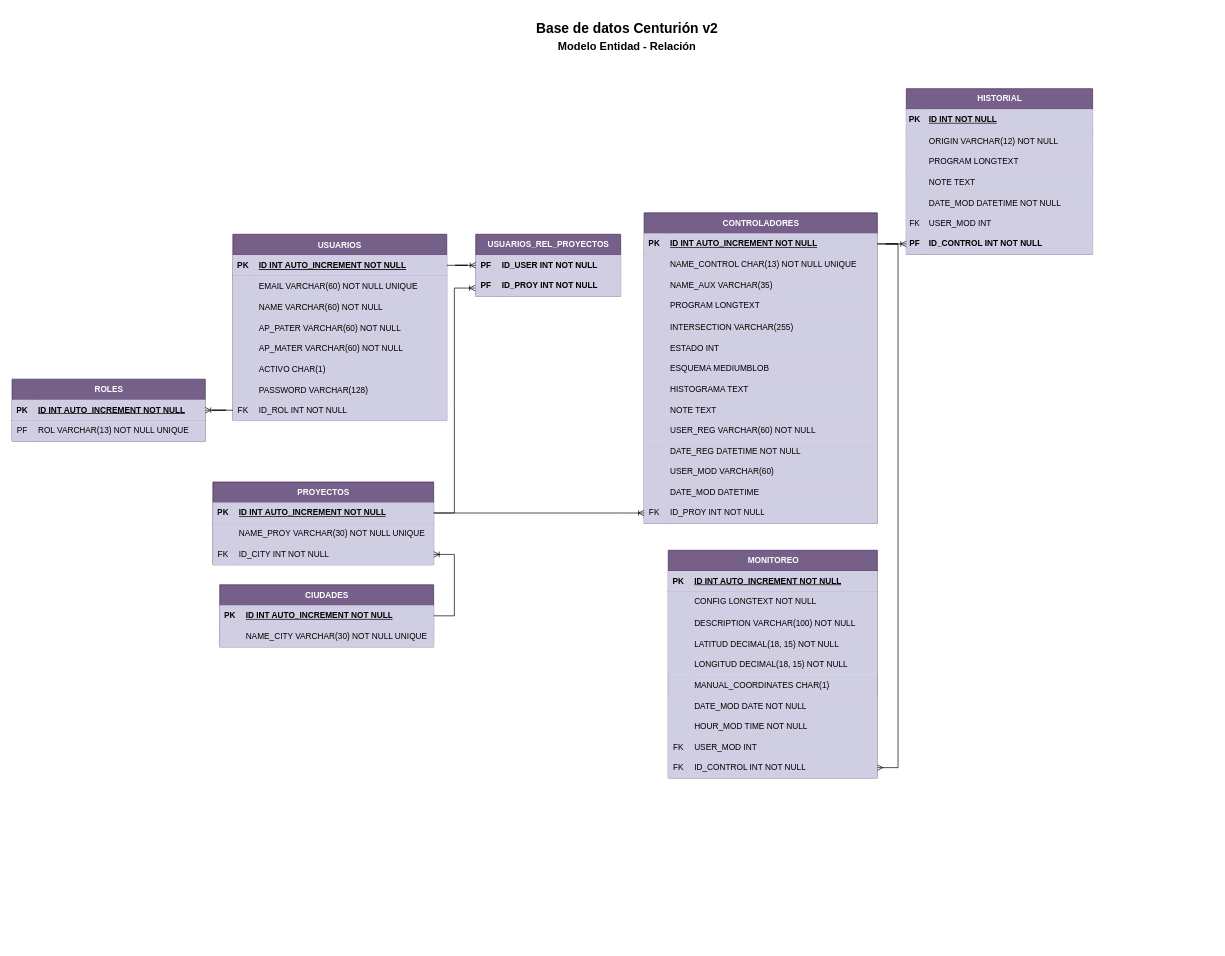
Earlier version of the draw.io diagram page "ERD-CEN-V2" (2 of 3) of BD-CENTURION.drawio (ChirinosM/Prueba). Source tidied: cells renumbered, new cells numbered last; positions are measured from the earlier drawing's top-left corner, leaving out a move shared by most shapes. Both pictures are drawn from the tidied source at 69%, with x=0, y=0 at pixel (12, 12).
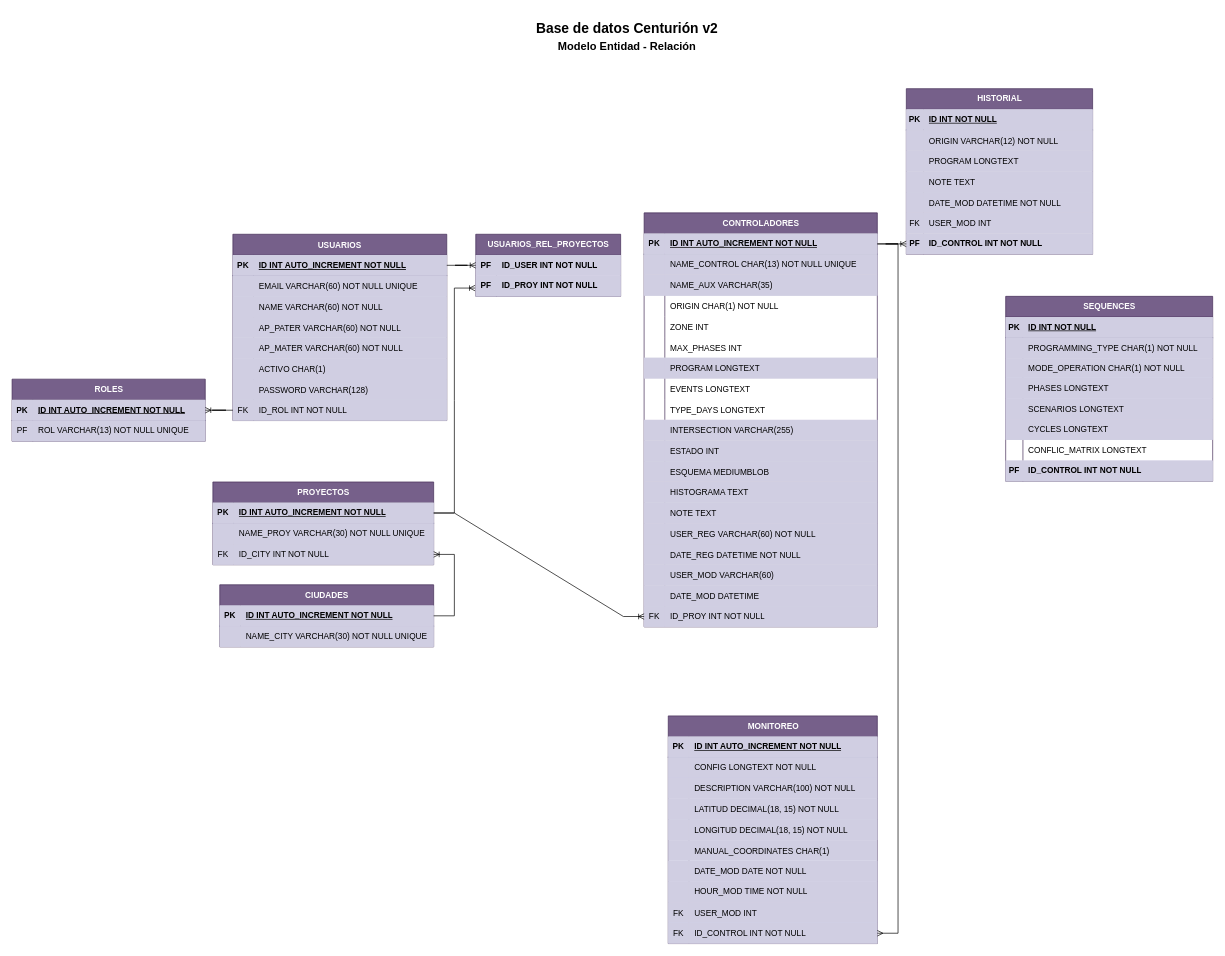
Above is the later version.

Change to the diagram source:
```diff
@@
     <mxCell id="19" value="CONTROLADORES" style="shape=table;startSize=30;childLayout=tableLayout;rowLines=0;fontStyle=1;align=center;html=1;fillColor=#76608a;strokeColor=#432D57;fontColor=#ffffff;rounded=0;" parent="1" vertex="1">
-      <mxGeometry x="916" y="291" width="338" height="450" as="geometry" />
+      <mxGeometry x="916" y="291" width="338" height="600" as="geometry" />
     </mxCell>
@@
+    <mxCell id="162" style="shape=tableRow;horizontal=0;startSize=0;swimlaneHead=0;swimlaneBody=0;fillColor=none;top=0;left=0;right=0;bottom=0;" parent="19" vertex="1">
+      <mxGeometry y="120" width="338" height="30" as="geometry" />
+    </mxCell>
+    <mxCell id="163" style="shape=partialRectangle;fillColor=none;top=0;left=0;bottom=0;right=0;overflow=hidden;" parent="162" vertex="1">
+      <mxGeometry width="30" height="30" as="geometry" />
+    </mxCell>
+    <mxCell id="164" value="ORIGIN CHAR(1) NOT NULL" style="shape=partialRectangle;fillColor=none;top=0;left=0;bottom=0;right=0;align=left;spacingLeft=6;overflow=hidden;" parent="162" vertex="1">
+      <mxGeometry x="30" width="308" height="30" as="geometry" />
+    </mxCell>
+    <mxCell id="165" style="shape=tableRow;horizontal=0;startSize=0;swimlaneHead=0;swimlaneBody=0;fillColor=none;top=0;left=0;right=0;bottom=0;" parent="19" vertex="1">
+      <mxGeometry y="150" width="338" height="30" as="geometry" />
+    </mxCell>
+    <mxCell id="166" style="shape=partialRectangle;fillColor=none;top=0;left=0;bottom=0;right=0;overflow=hidden;" parent="165" vertex="1">
+      <mxGeometry width="30" height="30" as="geometry" />
+    </mxCell>
+    <mxCell id="167" value="ZONE INT" style="shape=partialRectangle;fillColor=none;top=0;left=0;bottom=0;right=0;align=left;spacingLeft=6;overflow=hidden;" parent="165" vertex="1">
+      <mxGeometry x="30" width="308" height="30" as="geometry" />
+    </mxCell>
+    <mxCell id="168" style="shape=tableRow;horizontal=0;startSize=0;swimlaneHead=0;swimlaneBody=0;fillColor=none;top=0;left=0;right=0;bottom=0;" parent="19" vertex="1">
+      <mxGeometry y="180" width="338" height="30" as="geometry" />
+    </mxCell>
+    <mxCell id="169" style="shape=partialRectangle;fillColor=none;top=0;left=0;bottom=0;right=0;overflow=hidden;" parent="168" vertex="1">
+      <mxGeometry width="30" height="30" as="geometry" />
+    </mxCell>
+    <mxCell id="170" value="MAX_PHASES INT" style="shape=partialRectangle;fillColor=none;top=0;left=0;bottom=0;right=0;align=left;spacingLeft=6;overflow=hidden;" parent="168" vertex="1">
+      <mxGeometry x="30" width="308" height="30" as="geometry" />
+    </mxCell>
     <mxCell id="29" style="shape=tableRow;horizontal=0;startSize=0;swimlaneHead=0;swimlaneBody=0;fillColor=#d0cee2;top=0;left=0;right=0;bottom=0;strokeColor=#56517e;rounded=0;" parent="19" vertex="1">
-      <mxGeometry y="120" width="338" height="30" as="geometry" />
+      <mxGeometry y="210" width="338" height="30" as="geometry" />
     </mxCell>
@@
+    <mxCell id="171" style="shape=tableRow;horizontal=0;startSize=0;swimlaneHead=0;swimlaneBody=0;fillColor=none;top=0;left=0;right=0;bottom=0;" parent="19" vertex="1">
+      <mxGeometry y="240" width="338" height="30" as="geometry" />
+    </mxCell>
+    <mxCell id="172" style="shape=partialRectangle;fillColor=none;top=0;left=0;bottom=0;right=0;overflow=hidden;" parent="171" vertex="1">
+      <mxGeometry width="30" height="30" as="geometry" />
+    </mxCell>
+    <mxCell id="173" value="EVENTS LONGTEXT" style="shape=partialRectangle;fillColor=none;top=0;left=0;bottom=0;right=0;align=left;spacingLeft=6;overflow=hidden;" parent="171" vertex="1">
+      <mxGeometry x="30" width="308" height="30" as="geometry" />
+    </mxCell>
+    <mxCell id="174" style="shape=tableRow;horizontal=0;startSize=0;swimlaneHead=0;swimlaneBody=0;fillColor=none;top=0;left=0;right=0;bottom=0;" parent="19" vertex="1">
+      <mxGeometry y="270" width="338" height="30" as="geometry" />
+    </mxCell>
+    <mxCell id="175" style="shape=partialRectangle;fillColor=none;top=0;left=0;bottom=0;right=0;overflow=hidden;" parent="174" vertex="1">
+      <mxGeometry width="30" height="30" as="geometry" />
+    </mxCell>
+    <mxCell id="176" value="TYPE_DAYS LONGTEXT" style="shape=partialRectangle;fillColor=none;top=0;left=0;bottom=0;right=0;align=left;spacingLeft=6;overflow=hidden;" parent="174" vertex="1">
+      <mxGeometry x="30" width="308" height="30" as="geometry" />
+    </mxCell>
     <mxCell id="32" style="shape=tableRow;horizontal=0;startSize=0;swimlaneHead=0;swimlaneBody=0;fillColor=#d0cee2;top=0;left=0;right=0;bottom=0;strokeColor=#56517e;" parent="19" vertex="1">
-      <mxGeometry y="150" width="338" height="30" as="geometry" />
+      <mxGeometry y="300" width="338" height="30" as="geometry" />
     </mxCell>
@@
     <mxCell id="35" style="shape=tableRow;horizontal=0;startSize=0;swimlaneHead=0;swimlaneBody=0;fillColor=#D0CEE2;top=0;left=0;right=0;bottom=0;" parent="19" vertex="1">
-      <mxGeometry y="180" width="338" height="30" as="geometry" />
+      <mxGeometry y="330" width="338" height="30" as="geometry" />
     </mxCell>
@@
     <mxCell id="38" style="shape=tableRow;horizontal=0;startSize=0;swimlaneHead=0;swimlaneBody=0;fillColor=#D0CEE2;top=0;left=0;right=0;bottom=0;" parent="19" vertex="1">
-      <mxGeometry y="210" width="338" height="30" as="geometry" />
+      <mxGeometry y="360" width="338" height="30" as="geometry" />
     </mxCell>
@@
     <mxCell id="41" style="shape=tableRow;horizontal=0;startSize=0;swimlaneHead=0;swimlaneBody=0;fillColor=#D0CEE2;top=0;left=0;right=0;bottom=0;" parent="19" vertex="1">
-      <mxGeometry y="240" width="338" height="30" as="geometry" />
+      <mxGeometry y="390" width="338" height="30" as="geometry" />
     </mxCell>
@@
     <mxCell id="44" style="shape=tableRow;horizontal=0;startSize=0;swimlaneHead=0;swimlaneBody=0;fillColor=#d0cee2;top=0;left=0;right=0;bottom=0;strokeColor=#56517e;" parent="19" vertex="1">
-      <mxGeometry y="270" width="338" height="30" as="geometry" />
+      <mxGeometry y="420" width="338" height="30" as="geometry" />
     </mxCell>
@@
     <mxCell id="47" style="shape=tableRow;horizontal=0;startSize=0;swimlaneHead=0;swimlaneBody=0;fillColor=#d0cee2;top=0;left=0;right=0;bottom=0;strokeColor=#56517e;rounded=0;" parent="19" vertex="1">
-      <mxGeometry y="300" width="338" height="30" as="geometry" />
+      <mxGeometry y="450" width="338" height="30" as="geometry" />
     </mxCell>
@@
     <mxCell id="50" style="shape=tableRow;horizontal=0;startSize=0;swimlaneHead=0;swimlaneBody=0;fillColor=#d0cee2;top=0;left=0;right=0;bottom=0;strokeColor=#56517e;rounded=0;" parent="19" vertex="1">
-      <mxGeometry y="330" width="338" height="30" as="geometry" />
+      <mxGeometry y="480" width="338" height="30" as="geometry" />
     </mxCell>
@@
     <mxCell id="53" style="shape=tableRow;horizontal=0;startSize=0;swimlaneHead=0;swimlaneBody=0;fillColor=#d0cee2;top=0;left=0;right=0;bottom=0;strokeColor=#56517e;rounded=0;" parent="19" vertex="1">
-      <mxGeometry y="360" width="338" height="30" as="geometry" />
+      <mxGeometry y="510" width="338" height="30" as="geometry" />
     </mxCell>
@@
     <mxCell id="56" style="shape=tableRow;horizontal=0;startSize=0;swimlaneHead=0;swimlaneBody=0;fillColor=#d0cee2;top=0;left=0;right=0;bottom=0;strokeColor=#56517e;rounded=0;" parent="19" vertex="1">
-      <mxGeometry y="390" width="338" height="30" as="geometry" />
+      <mxGeometry y="540" width="338" height="30" as="geometry" />
     </mxCell>
@@
     <mxCell id="59" style="shape=tableRow;horizontal=0;startSize=0;swimlaneHead=0;swimlaneBody=0;fillColor=#d0cee2;points=[[0,0.5],[1,0.5]];portConstraint=eastwest;top=0;left=0;right=0;bottom=0;strokeColor=#56517e;rounded=0;" parent="19" vertex="1">
-      <mxGeometry y="420" width="338" height="30" as="geometry" />
+      <mxGeometry y="570" width="338" height="30" as="geometry" />
     </mxCell>
@@
     <mxCell id="129" value="MONITOREO" style="shape=table;startSize=30;childLayout=tableLayout;rowLines=0;fontStyle=1;align=center;html=1;fillColor=#76608a;strokeColor=#432D57;fontColor=#ffffff;rounded=0;" parent="1" vertex="1">
-      <mxGeometry x="951" y="780" width="303" height="330" as="geometry" />
+      <mxGeometry x="951" y="1020" width="303" height="330" as="geometry" />
     </mxCell>
@@
+    <mxCell id="177" value="SEQUENCES" style="shape=table;startSize=30;childLayout=tableLayout;rowLines=0;fontStyle=1;align=center;html=1;fillColor=#76608a;strokeColor=#432D57;fontColor=#ffffff;rounded=0;" parent="1" vertex="1">
+      <mxGeometry x="1440" y="412" width="300" height="268" as="geometry" />
+    </mxCell>
+    <mxCell id="178" style="shape=tableRow;horizontal=0;startSize=0;swimlaneHead=0;swimlaneBody=0;fillColor=#d0cee2;top=0;left=0;right=0;bottom=1;strokeColor=#56517e;rounded=0;" parent="177" vertex="1">
+      <mxGeometry y="30" width="300" height="30" as="geometry" />
+    </mxCell>
+    <mxCell id="179" value="PK" style="shape=partialRectangle;fillColor=#d0cee2;top=0;left=0;bottom=0;right=0;fontStyle=1;overflow=hidden;whiteSpace=wrap;html=1;strokeColor=#56517e;rounded=0;" parent="178" vertex="1">
+      <mxGeometry width="25" height="30" as="geometry" />
+    </mxCell>
+    <mxCell id="180" value="ID INT NOT NULL" style="shape=partialRectangle;fillColor=#d0cee2;top=0;left=0;bottom=0;right=0;align=left;spacingLeft=6;fontStyle=5;overflow=hidden;whiteSpace=wrap;html=1;strokeColor=#56517e;rounded=0;" parent="178" vertex="1">
+      <mxGeometry x="25" width="275" height="30" as="geometry" />
+    </mxCell>
+    <mxCell id="181" style="shape=tableRow;horizontal=0;startSize=0;swimlaneHead=0;swimlaneBody=0;fillColor=#d0cee2;top=0;left=0;right=0;bottom=0;strokeColor=#56517e;" parent="177" vertex="1">
+      <mxGeometry y="60" width="300" height="30" as="geometry" />
+    </mxCell>
+    <mxCell id="182" style="shape=partialRectangle;fillColor=#d0cee2;top=0;left=0;bottom=0;right=0;overflow=hidden;strokeColor=#56517e;" parent="181" vertex="1">
+      <mxGeometry width="25" height="30" as="geometry" />
+    </mxCell>
+    <mxCell id="183" value="PROGRAMMING_TYPE CHAR(1) NOT NULL" style="shape=partialRectangle;fillColor=#d0cee2;top=0;left=0;bottom=0;right=0;align=left;spacingLeft=6;overflow=hidden;strokeColor=#56517e;" parent="181" vertex="1">
+      <mxGeometry x="25" width="275" height="30" as="geometry" />
+    </mxCell>
+    <mxCell id="184" style="shape=tableRow;horizontal=0;startSize=0;swimlaneHead=0;swimlaneBody=0;fillColor=#d0cee2;top=0;left=0;right=0;bottom=0;strokeColor=#56517e;rounded=0;" parent="177" vertex="1">
+      <mxGeometry y="90" width="300" height="28" as="geometry" />
+    </mxCell>
+    <mxCell id="185" style="shape=partialRectangle;fillColor=#d0cee2;top=0;left=0;bottom=0;right=0;overflow=hidden;strokeColor=#56517e;rounded=0;" parent="184" vertex="1">
+      <mxGeometry width="25" height="28" as="geometry" />
+    </mxCell>
+    <mxCell id="186" value="MODE_OPERATION CHAR(1) NOT NULL" style="shape=partialRectangle;fillColor=#d0cee2;top=0;left=0;bottom=0;right=0;align=left;spacingLeft=6;overflow=hidden;strokeColor=#56517e;rounded=0;" parent="184" vertex="1">
+      <mxGeometry x="25" width="275" height="28" as="geometry" />
+    </mxCell>
+    <mxCell id="187" style="shape=tableRow;horizontal=0;startSize=0;swimlaneHead=0;swimlaneBody=0;fillColor=#d0cee2;top=0;left=0;right=0;bottom=0;strokeColor=#56517e;" parent="177" vertex="1">
+      <mxGeometry y="118" width="300" height="30" as="geometry" />
+    </mxCell>
+    <mxCell id="188" style="shape=partialRectangle;fillColor=#d0cee2;top=0;left=0;bottom=0;right=0;overflow=hidden;strokeColor=#56517e;" parent="187" vertex="1">
+      <mxGeometry width="25" height="30" as="geometry" />
+    </mxCell>
+    <mxCell id="189" value="PHASES LONGTEXT" style="shape=partialRectangle;fillColor=#d0cee2;top=0;left=0;bottom=0;right=0;align=left;spacingLeft=6;overflow=hidden;strokeColor=#56517e;" parent="187" vertex="1">
+      <mxGeometry x="25" width="275" height="30" as="geometry" />
+    </mxCell>
+    <mxCell id="190" style="shape=tableRow;horizontal=0;startSize=0;swimlaneHead=0;swimlaneBody=0;fillColor=#d0cee2;top=0;left=0;right=0;bottom=0;strokeColor=#56517e;rounded=0;" parent="177" vertex="1">
+      <mxGeometry y="148" width="300" height="30" as="geometry" />
+    </mxCell>
+    <mxCell id="191" style="shape=partialRectangle;fillColor=#d0cee2;top=0;left=0;bottom=0;right=0;overflow=hidden;strokeColor=#56517e;rounded=0;" parent="190" vertex="1">
+      <mxGeometry width="25" height="30" as="geometry" />
+    </mxCell>
+    <mxCell id="192" value="SCENARIOS LONGTEXT" style="shape=partialRectangle;fillColor=#d0cee2;top=0;left=0;bottom=0;right=0;align=left;spacingLeft=6;overflow=hidden;strokeColor=#56517e;rounded=0;" parent="190" vertex="1">
+      <mxGeometry x="25" width="275" height="30" as="geometry" />
+    </mxCell>
+    <mxCell id="193" style="shape=tableRow;horizontal=0;startSize=0;swimlaneHead=0;swimlaneBody=0;fillColor=#d0cee2;top=0;left=0;right=0;bottom=0;strokeColor=#56517e;rounded=0;" parent="177" vertex="1">
+      <mxGeometry y="178" width="300" height="30" as="geometry" />
+    </mxCell>
+    <mxCell id="194" style="shape=partialRectangle;fillColor=#d0cee2;top=0;left=0;bottom=0;right=0;overflow=hidden;whiteSpace=wrap;html=1;strokeColor=#56517e;rounded=0;" parent="193" vertex="1">
+      <mxGeometry width="25" height="30" as="geometry" />
+    </mxCell>
+    <mxCell id="195" value="CYCLES LONGTEXT" style="shape=partialRectangle;fillColor=#d0cee2;top=0;left=0;bottom=0;right=0;align=left;spacingLeft=6;overflow=hidden;whiteSpace=wrap;html=1;strokeColor=#56517e;rounded=0;" parent="193" vertex="1">
+      <mxGeometry x="25" width="275" height="30" as="geometry" />
+    </mxCell>
+    <mxCell id="196" style="shape=tableRow;horizontal=0;startSize=0;swimlaneHead=0;swimlaneBody=0;fillColor=none;top=0;left=0;right=0;bottom=0;" parent="177" vertex="1">
+      <mxGeometry y="208" width="300" height="30" as="geometry" />
+    </mxCell>
+    <mxCell id="197" style="shape=partialRectangle;fillColor=none;top=0;left=0;bottom=0;right=0;overflow=hidden;" parent="196" vertex="1">
+      <mxGeometry width="25" height="30" as="geometry" />
+    </mxCell>
+    <mxCell id="198" value="CONFLIC_MATRIX LONGTEXT" style="shape=partialRectangle;fillColor=none;top=0;left=0;bottom=0;right=0;align=left;spacingLeft=6;overflow=hidden;" parent="196" vertex="1">
+      <mxGeometry x="25" width="275" height="30" as="geometry" />
+    </mxCell>
+    <mxCell id="199" style="shape=tableRow;horizontal=0;startSize=0;swimlaneHead=0;swimlaneBody=0;fillColor=#d0cee2;top=0;left=0;right=0;bottom=0;strokeColor=#56517e;rounded=0;" parent="177" vertex="1">
+      <mxGeometry y="238" width="300" height="30" as="geometry" />
+    </mxCell>
+    <mxCell id="200" value="&lt;b&gt;PF&lt;/b&gt;" style="shape=partialRectangle;fillColor=#d0cee2;top=0;left=0;bottom=0;right=0;fontStyle=0;overflow=hidden;whiteSpace=wrap;html=1;strokeColor=#56517e;rounded=0;" parent="199" vertex="1">
+      <mxGeometry width="25" height="30" as="geometry" />
+    </mxCell>
+    <mxCell id="201" value="&lt;b&gt;ID_CONTROL INT NOT NULL&lt;/b&gt;" style="shape=partialRectangle;fillColor=#d0cee2;top=0;left=0;bottom=0;right=0;align=left;spacingLeft=6;fontStyle=0;overflow=hidden;whiteSpace=wrap;html=1;strokeColor=#56517e;rounded=0;" parent="199" vertex="1">
+      <mxGeometry x="25" width="275" height="30" as="geometry" />
+    </mxCell>
```
